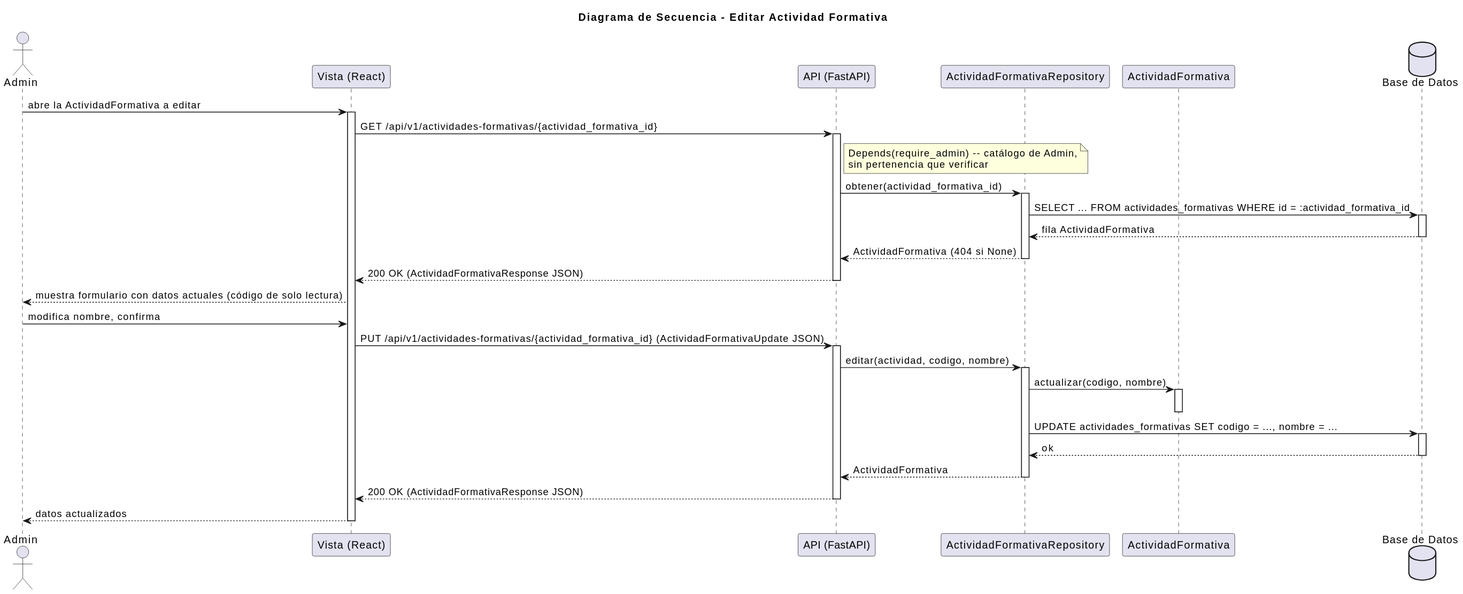
mmasias/pyCeldaPublico keeps this PlantUML diagram as images/RUP/03-diseño/casos-uso/editarActividadFormativa/secuencia.svg. Above is the earlier version.
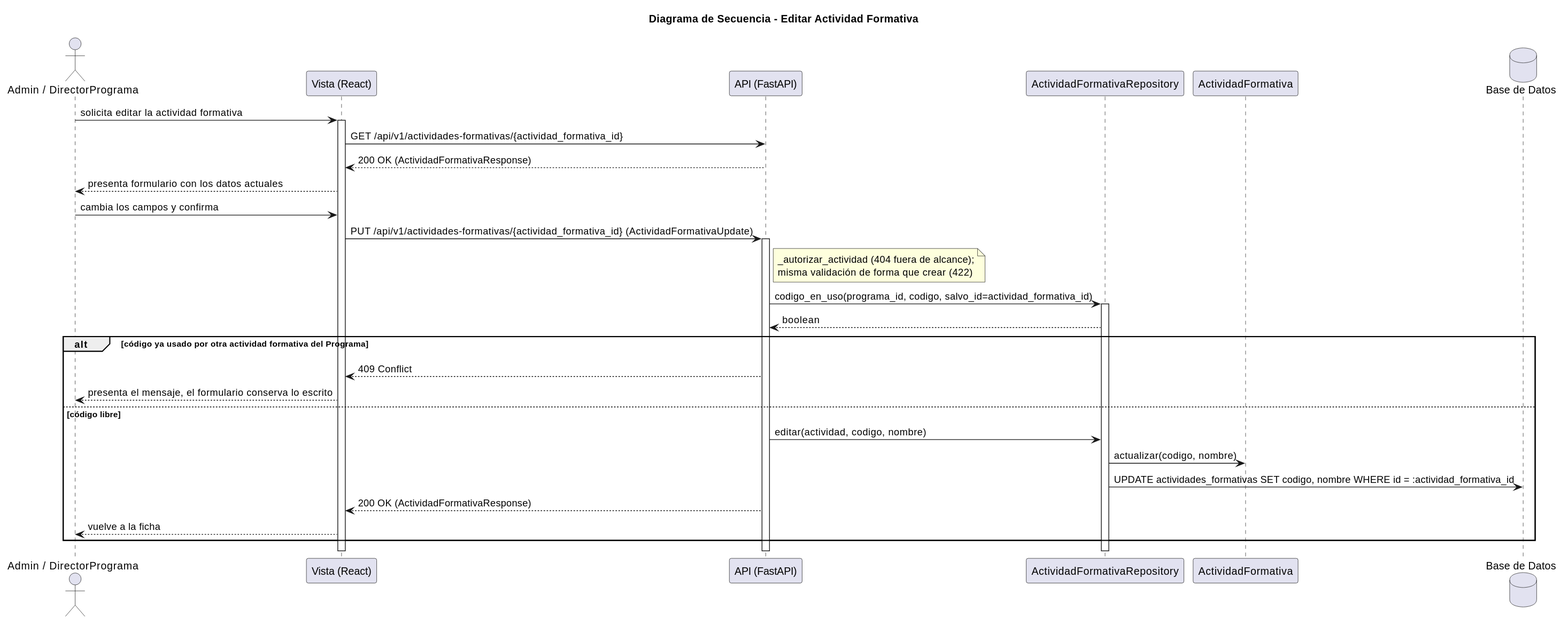
The same file after the commit.

Change to the diagram source:
```diff
@@ -1,46 +1,36 @@
 @startuml
 title Diagrama de Secuencia - Editar Actividad Formativa
 
-actor "Admin" as Admin
+actor "Admin / DirectorPrograma" as Actor
 participant "Vista (React)" as Vista
 participant "API (FastAPI)" as API
-participant "ActividadFormativaRepository" as AFRepo
-participant "ActividadFormativa" as AF
+participant "ActividadFormativaRepository" as Repo
+participant "ActividadFormativa" as Modelo
 database "Base de Datos" as DB
 
-Admin -> Vista: abre la ActividadFormativa a editar
+Actor -> Vista: solicita editar la actividad formativa
 activate Vista
 Vista -> API: GET /api/v1/actividades-formativas/{actividad_formativa_id}
+API --> Vista: 200 OK (ActividadFormativaResponse)
+Vista --> Actor: presenta formulario con los datos actuales
+Actor -> Vista: cambia los campos y confirma
+Vista -> API: PUT /api/v1/actividades-formativas/{actividad_formativa_id} (ActividadFormativaUpdate)
 activate API
-note right of API: Depends(require_admin) -- catálogo de Admin,\nsin pertenencia que verificar
-API -> AFRepo: obtener(actividad_formativa_id)
-activate AFRepo
-AFRepo -> DB: SELECT ... FROM actividades_formativas WHERE id = :actividad_formativa_id
-activate DB
-DB --> AFRepo: fila ActividadFormativa
-deactivate DB
-AFRepo --> API: ActividadFormativa (404 si None)
-deactivate AFRepo
-API --> Vista: 200 OK (ActividadFormativaResponse JSON)
+note right of API: _autorizar_actividad (404 fuera de alcance);\nmisma validación de forma que crear (422)
+API -> Repo: codigo_en_uso(programa_id, codigo, salvo_id=actividad_formativa_id)
+activate Repo
+Repo --> API: boolean
+alt código ya usado por otra actividad formativa del Programa
+  API --> Vista: 409 Conflict
+  Vista --> Actor: presenta el mensaje, el formulario conserva lo escrito
+else código libre
+  API -> Repo: editar(actividad, codigo, nombre)
+  Repo -> Modelo: actualizar(codigo, nombre)
+  Repo -> DB: UPDATE actividades_formativas SET codigo, nombre WHERE id = :actividad_formativa_id
+  API --> Vista: 200 OK (ActividadFormativaResponse)
+  Vista --> Actor: vuelve a la ficha
+end
+deactivate Repo
 deactivate API
-Vista --> Admin: muestra formulario con datos actuales (código de solo lectura)
-
-Admin -> Vista: modifica nombre, confirma
-Vista -> API: PUT /api/v1/actividades-formativas/{actividad_formativa_id} (ActividadFormativaUpdate JSON)
-activate API
-API -> AFRepo: editar(actividad, codigo, nombre)
-activate AFRepo
-AFRepo -> AF: actualizar(codigo, nombre)
-activate AF
-deactivate AF
-AFRepo -> DB: UPDATE actividades_formativas SET codigo = ..., nombre = ...
-activate DB
-DB --> AFRepo: ok
-deactivate DB
-AFRepo --> API: ActividadFormativa
-deactivate AFRepo
-API --> Vista: 200 OK (ActividadFormativaResponse JSON)
-deactivate API
-Vista --> Admin: datos actualizados
 deactivate Vista
 @enduml
```
